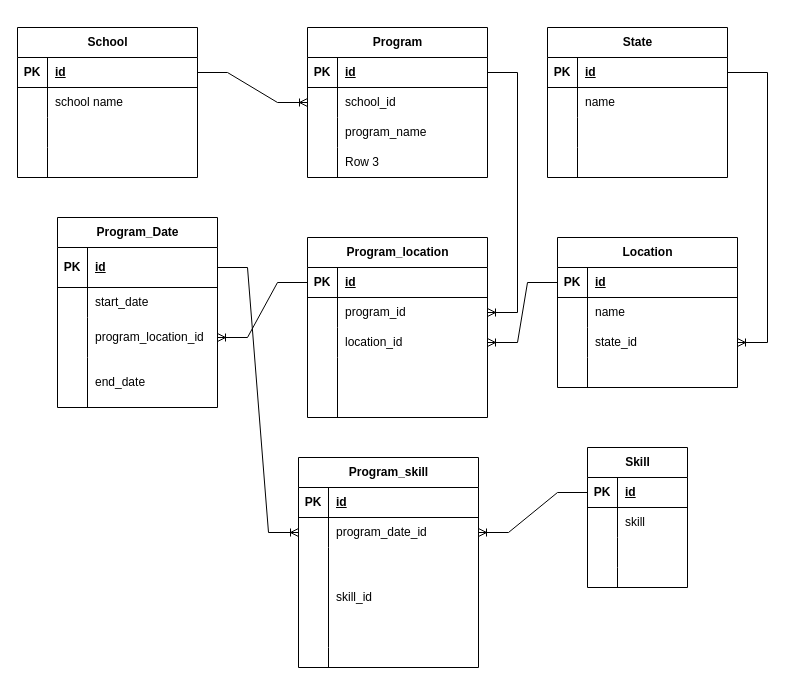
Before: database/design/Untitled Diagram.drawio in selena0391/bootcamps_edu, a draw.io diagram. Source tidied: cells renumbered, new cells numbered last; positions are measured from the earlier drawing's top-left corner, leaving out a move shared by most shapes. Both pictures are drawn from the tidied source at 100%, with x=0, y=0 at pixel (17, 27).
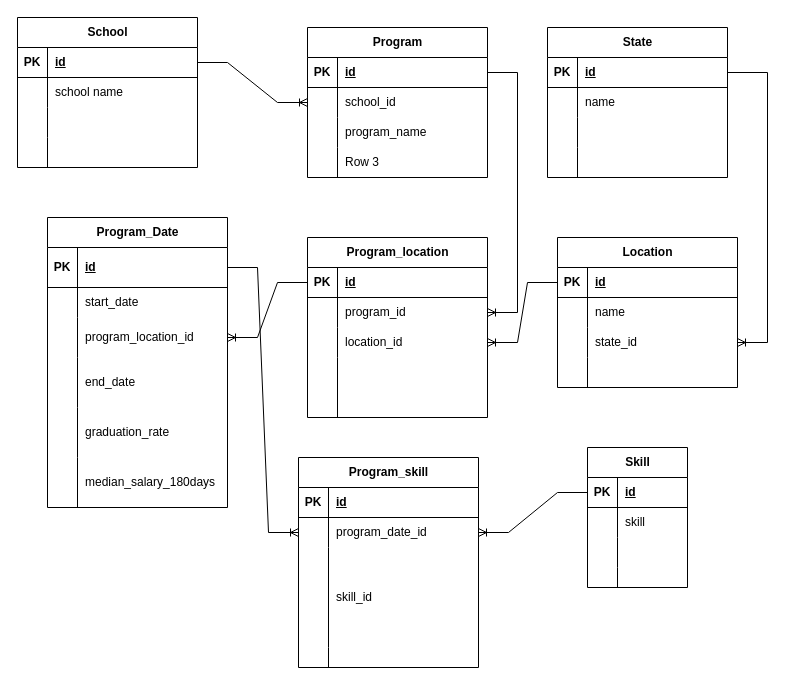
The same page after the edit.

The edit, as a diff of the source:
```diff
@@
     <mxCell id="2" value="School" style="shape=table;startSize=30;childLayout=tableLayout;rowLines=0;fontStyle=1;align=center;html=1;" parent="1" vertex="1">
-      <mxGeometry width="180" height="150" as="geometry" />
+      <mxGeometry y="-10" width="180" height="150" as="geometry" />
     </mxCell>
@@
     <mxCell id="54" value="Program_Date" style="shape=table;startSize=30;childLayout=tableLayout;rowLines=0;fontStyle=1;align=center;html=1;" parent="1" vertex="1">
-      <mxGeometry x="40" y="190" width="160" height="190" as="geometry" />
+      <mxGeometry x="30" y="190" width="180" height="290" as="geometry" />
     </mxCell>
     <mxCell id="55" style="shape=tableRow;horizontal=0;startSize=0;swimlaneHead=0;swimlaneBody=0;fillColor=none;points=[[0,0.5],[1,0.5]];portConstraint=eastwest;top=0;left=0;right=0;bottom=1;" parent="54" vertex="1">
-      <mxGeometry y="30" width="160" height="40" as="geometry" />
+      <mxGeometry y="30" width="180" height="40" as="geometry" />
     </mxCell>
@@
     <mxCell id="57" value="id" style="shape=partialRectangle;fillColor=none;top=0;left=0;bottom=0;right=0;align=left;spacingLeft=6;fontStyle=5;overflow=hidden;whiteSpace=wrap;html=1;" parent="55" vertex="1">
-      <mxGeometry x="30" width="130" height="40" as="geometry" />
+      <mxGeometry x="30" width="150" height="40" as="geometry" />
     </mxCell>
     <mxCell id="58" style="shape=tableRow;horizontal=0;startSize=0;swimlaneHead=0;swimlaneBody=0;fillColor=none;top=0;left=0;right=0;bottom=0;" parent="54" vertex="1">
-      <mxGeometry y="70" width="160" height="30" as="geometry" />
+      <mxGeometry y="70" width="180" height="30" as="geometry" />
     </mxCell>
@@
     <mxCell id="60" value="start_date" style="shape=partialRectangle;fillColor=none;top=0;left=0;bottom=0;right=0;align=left;spacingLeft=6;overflow=hidden;whiteSpace=wrap;html=1;" parent="58" vertex="1">
-      <mxGeometry x="30" width="130" height="30" as="geometry" />
+      <mxGeometry x="30" width="150" height="30" as="geometry" />
     </mxCell>
     <mxCell id="61" style="shape=tableRow;horizontal=0;startSize=0;swimlaneHead=0;swimlaneBody=0;fillColor=none;points=[[0,0.5],[1,0.5]];portConstraint=eastwest;top=0;left=0;right=0;bottom=0;" parent="54" vertex="1">
-      <mxGeometry y="100" width="160" height="40" as="geometry" />
+      <mxGeometry y="100" width="180" height="40" as="geometry" />
     </mxCell>
@@
     <mxCell id="63" value="program_location_id" style="shape=partialRectangle;fillColor=none;top=0;left=0;bottom=0;right=0;align=left;spacingLeft=6;overflow=hidden;whiteSpace=wrap;html=1;" parent="61" vertex="1">
-      <mxGeometry x="30" width="130" height="40" as="geometry" />
+      <mxGeometry x="30" width="150" height="40" as="geometry" />
     </mxCell>
     <mxCell id="64" style="shape=tableRow;horizontal=0;startSize=0;swimlaneHead=0;swimlaneBody=0;fillColor=none;top=0;left=0;right=0;bottom=0;" parent="54" vertex="1">
-      <mxGeometry y="140" width="160" height="50" as="geometry" />
+      <mxGeometry y="140" width="180" height="50" as="geometry" />
     </mxCell>
@@
     <mxCell id="66" value="end_date" style="shape=partialRectangle;fillColor=none;top=0;left=0;bottom=0;right=0;align=left;spacingLeft=6;overflow=hidden;whiteSpace=wrap;html=1;" parent="64" vertex="1">
-      <mxGeometry x="30" width="130" height="50" as="geometry" />
+      <mxGeometry x="30" width="150" height="50" as="geometry" />
     </mxCell>
+    <mxCell id="113" style="shape=tableRow;horizontal=0;startSize=0;swimlaneHead=0;swimlaneBody=0;fillColor=none;top=0;left=0;right=0;bottom=0;" parent="54" vertex="1">
+      <mxGeometry y="190" width="180" height="50" as="geometry" />
+    </mxCell>
+    <mxCell id="114" style="shape=partialRectangle;fillColor=none;top=0;left=0;bottom=0;right=0;overflow=hidden;whiteSpace=wrap;html=1;" parent="113" vertex="1">
+      <mxGeometry width="30" height="50" as="geometry" />
+    </mxCell>
+    <mxCell id="115" value="graduation_rate" style="shape=partialRectangle;fillColor=none;top=0;left=0;bottom=0;right=0;align=left;spacingLeft=6;overflow=hidden;whiteSpace=wrap;html=1;" parent="113" vertex="1">
+      <mxGeometry x="30" width="150" height="50" as="geometry" />
+    </mxCell>
+    <mxCell id="116" style="shape=tableRow;horizontal=0;startSize=0;swimlaneHead=0;swimlaneBody=0;fillColor=none;top=0;left=0;right=0;bottom=0;" parent="54" vertex="1">
+      <mxGeometry y="240" width="180" height="50" as="geometry" />
+    </mxCell>
+    <mxCell id="117" style="shape=partialRectangle;fillColor=none;top=0;left=0;bottom=0;right=0;overflow=hidden;whiteSpace=wrap;html=1;" parent="116" vertex="1">
+      <mxGeometry width="30" height="50" as="geometry" />
+    </mxCell>
+    <mxCell id="118" value="median_salary_180days&lt;br&gt;" style="shape=partialRectangle;fillColor=none;top=0;left=0;bottom=0;right=0;align=left;spacingLeft=6;overflow=hidden;whiteSpace=wrap;html=1;" parent="116" vertex="1">
+      <mxGeometry x="30" width="150" height="50" as="geometry" />
+    </mxCell>
```
